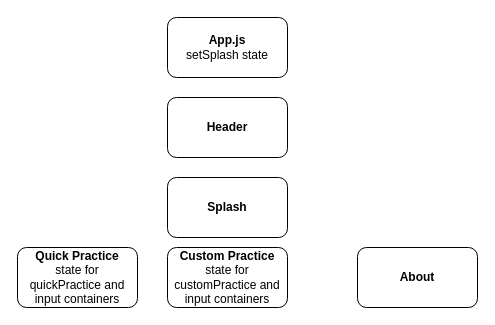
Earlier version of the draw.io diagram assets/yin.drawio (m7zaa/yin-yoga). Source tidied: cells renumbered, new cells numbered last; positions are measured from the earlier drawing's top-left corner, leaving out a move shared by most shapes. Both pictures are drawn from the tidied source at 100%, with x=0, y=0 at pixel (17, 17).
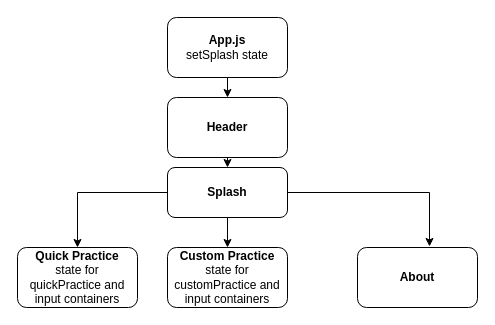
The same diagram, later.

Change to the diagram source:
```diff
@@
 <mxGraphModel>
   <root>
     <mxCell id="0" />
     <mxCell id="1" parent="0" />
+    <mxCell id="8" style="edgeStyle=orthogonalEdgeStyle;rounded=0;jettySize=auto;html=1;exitX=0.5;exitY=1;exitDx=0;exitDy=0;entryX=0.5;entryY=0;entryDx=0;entryDy=0;" parent="1" edge="1" source="2" target="3">
+      <mxGeometry relative="1" as="geometry" />
+    </mxCell>
     <mxCell id="2" value="&lt;b&gt;App.js&lt;br&gt;&lt;/b&gt;setSplash state" style="rounded=1;whiteSpace=wrap;html=1;" parent="1" vertex="1">
       <mxGeometry x="150" width="120" height="60" as="geometry" />
     </mxCell>
+    <mxCell id="9" style="edgeStyle=orthogonalEdgeStyle;rounded=0;jettySize=auto;html=1;exitX=0.5;exitY=1;exitDx=0;exitDy=0;entryX=0.5;entryY=0;entryDx=0;entryDy=0;" parent="1" edge="1" source="3" target="4">
+      <mxGeometry relative="1" as="geometry" />
+    </mxCell>
     <mxCell id="3" value="Header" style="rounded=1;whiteSpace=wrap;html=1;fontStyle=1;" parent="1" vertex="1">
       <mxGeometry x="150" y="80" width="120" height="60" as="geometry" />
     </mxCell>
+    <mxCell id="10" style="edgeStyle=orthogonalEdgeStyle;rounded=0;jettySize=auto;html=1;entryX=0.5;entryY=0;entryDx=0;entryDy=0;" parent="1" edge="1" source="4" target="7">
+      <mxGeometry relative="1" as="geometry" />
+    </mxCell>
+    <mxCell id="11" style="edgeStyle=orthogonalEdgeStyle;rounded=0;jettySize=auto;html=1;entryX=0.6;entryY=-0.017;entryDx=0;entryDy=0;entryPerimeter=0;" parent="1" edge="1" source="4" target="5">
+      <mxGeometry relative="1" as="geometry" />
+    </mxCell>
+    <mxCell id="12" style="edgeStyle=orthogonalEdgeStyle;rounded=0;jettySize=auto;html=1;entryX=0.5;entryY=0;entryDx=0;entryDy=0;" parent="1" edge="1" source="4" target="6">
+      <mxGeometry relative="1" as="geometry" />
+    </mxCell>
     <mxCell id="4" value="Splash" style="rounded=1;whiteSpace=wrap;html=1;fontStyle=1;" parent="1" vertex="1">
-      <mxGeometry x="150" y="160" width="120" height="60" as="geometry" />
+      <mxGeometry x="150" y="150" width="120" height="50" as="geometry" />
     </mxCell>
     <mxCell id="5" value="About" style="rounded=1;whiteSpace=wrap;html=1;fontStyle=1;" parent="1" vertex="1">
       <mxGeometry x="340" y="230" width="120" height="60" as="geometry" />
     </mxCell>
     <mxCell id="6" value="&lt;b&gt;Custom Practice&lt;br&gt;&lt;/b&gt;state for customPractice and input containers" style="rounded=1;whiteSpace=wrap;html=1;" parent="1" vertex="1">
       <mxGeometry x="150" y="230" width="120" height="60" as="geometry" />
     </mxCell>
     <mxCell id="7" value="&lt;b&gt;Quick Practice&lt;br&gt;&lt;/b&gt;state for quickPractice and input containers&lt;b&gt;&lt;br&gt;&lt;/b&gt;" style="rounded=1;whiteSpace=wrap;html=1;" parent="1" vertex="1">
       <mxGeometry y="230" width="120" height="60" as="geometry" />
     </mxCell>
   </root>
 </mxGraphModel>
```
